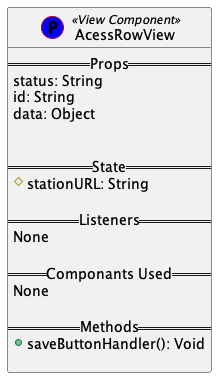
Earlier version of the PlantUML export entry_system_website/UML_Diagrams/Views/UserRowViewItem.png (grid-rider/Computer_Science_IA_EntrySystem_Website). Source of this version:
```plantuml
@startuml

class AcessRowView << (P,blue) View Component>> {
    == Props ==
     status: String
     id: String
     data: Object


    == State ==
     #stationURL: String

    == Listeners ==
    None

    == Componants Used ==
    None

    == Methods ==
    +saveButtonHandler(): Void

}

@enduml
```
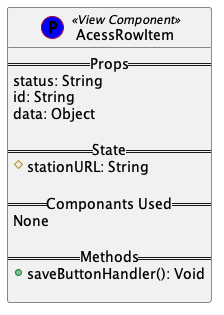
Later version of the same file.

Diff of the diagram source:
```diff
@@ -1,17 +1,13 @@
 @startuml
 
-class AcessRowView << (P,blue) View Component>> {
+class AcessRowItem << (P,blue) View Component>> {
     == Props ==
      status: String
      id: String
      data: Object
 
-
     == State ==
      #stationURL: String
-
-    == Listeners ==
-    None
 
     == Componants Used ==
     None
```
